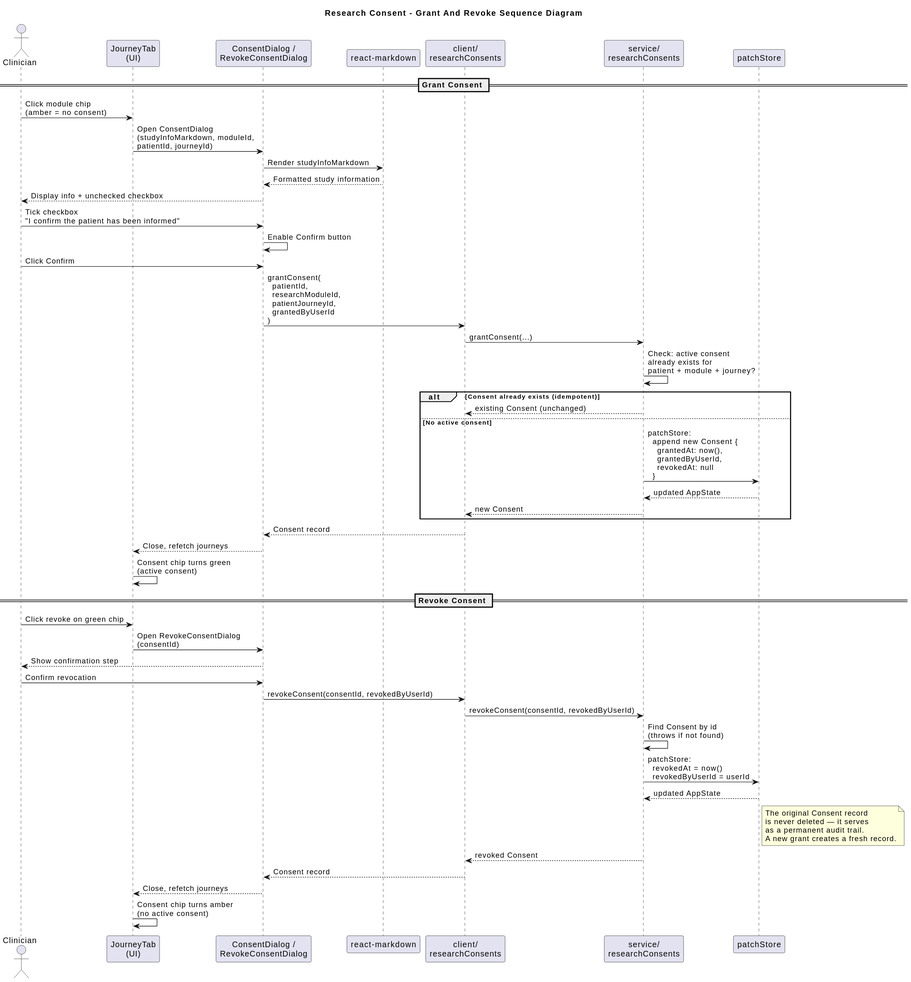
gforge/DUK keeps this PlantUML diagram as docs/diagrams/research-consent-sequence.svg. Above is the earlier version.
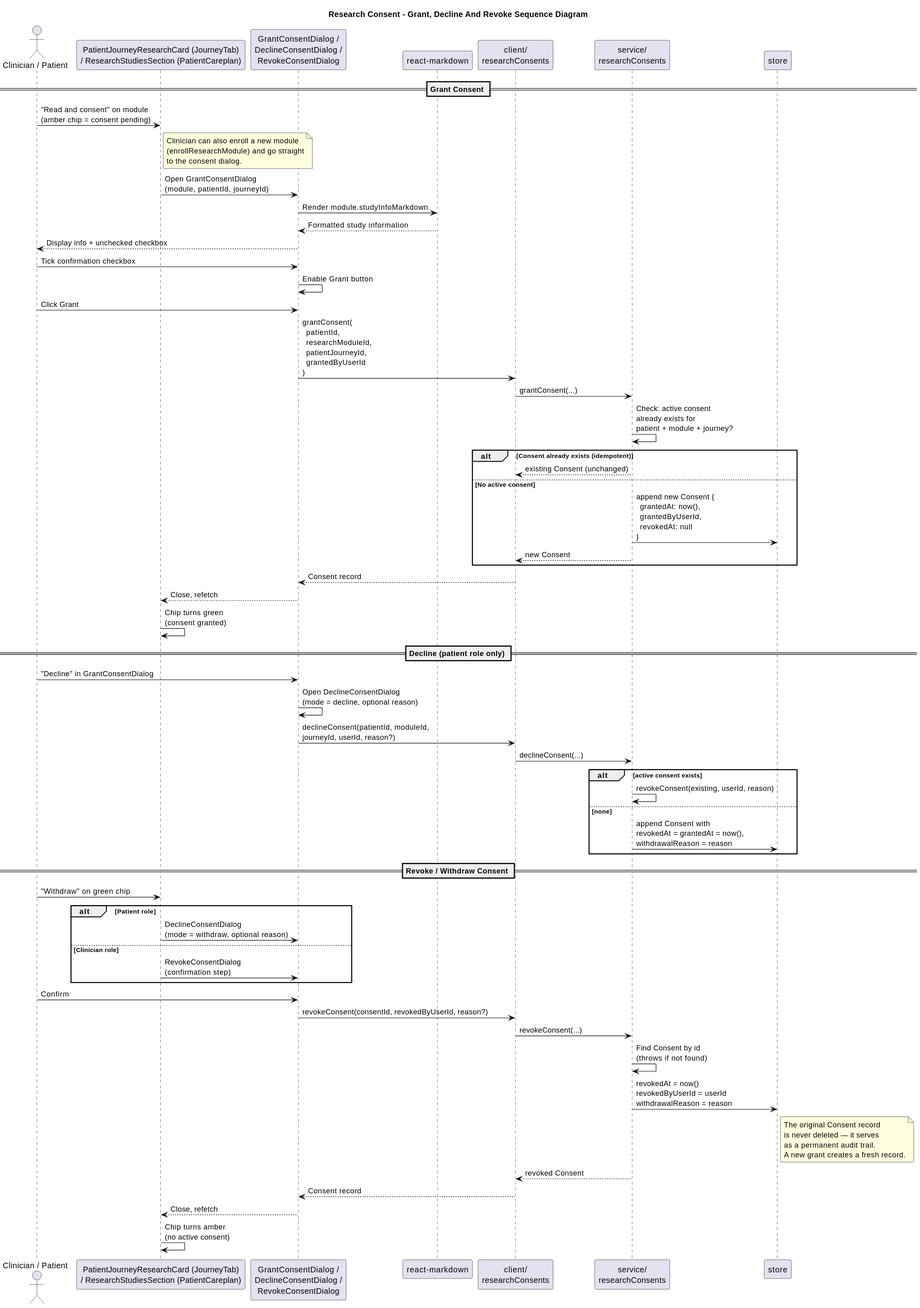
After the change.

The edit, as a diff of the source:
```diff
@@ -1,50 +1,68 @@
 @startuml
 
-title Research Consent - Grant And Revoke Sequence Diagram
+title Research Consent - Grant, Decline And Revoke Sequence Diagram
 
-actor Clinician
-participant "JourneyTab\n(UI)" as UI
-participant "ConsentDialog /\nRevokeConsentDialog" as Dialog
+actor "Clinician / Patient" as User
+participant "PatientJourneyResearchCard (JourneyTab)\n/ ResearchStudiesSection (PatientCareplan)" as UI
+participant "GrantConsentDialog /\nDeclineConsentDialog /\nRevokeConsentDialog" as Dialog
 participant "react-markdown" as MD
 participant "client/\nresearchConsents" as Client
 participant "service/\nresearchConsents" as Service
-participant "patchStore" as Store
+participant "store" as Store
 
 == Grant Consent ==
 
-Clinician -> UI : Click module chip\n(amber = no consent)
-UI -> Dialog : Open ConsentDialog\n(studyInfoMarkdown, moduleId,\npatientId, journeyId)
-Dialog -> MD : Render studyInfoMarkdown
+User -> UI : "Read and consent" on module\n(amber chip = consent pending)
+note right of UI
+  Clinician can also enroll a new module
+  (enrollResearchModule) and go straight
+  to the consent dialog.
+end note
+UI -> Dialog : Open GrantConsentDialog\n(module, patientId, journeyId)
+Dialog -> MD : Render module.studyInfoMarkdown
 MD --> Dialog : Formatted study information
-Dialog --> Clinician : Display info + unchecked checkbox
-Clinician -> Dialog : Tick checkbox\n"I confirm the patient has been informed"
-Dialog -> Dialog : Enable Confirm button
-Clinician -> Dialog : Click Confirm
+Dialog --> User : Display info + unchecked checkbox
+User -> Dialog : Tick confirmation checkbox
+Dialog -> Dialog : Enable Grant button
+User -> Dialog : Click Grant
 Dialog -> Client : grantConsent(\n  patientId,\n  researchModuleId,\n  patientJourneyId,\n  grantedByUserId\n)
 Client -> Service : grantConsent(...)
 Service -> Service : Check: active consent\nalready exists for\npatient + module + journey?
 alt Consent already exists (idempotent)
   Service --> Client : existing Consent (unchanged)
 else No active consent
-  Service -> Store : patchStore:\n  append new Consent {\n    grantedAt: now(),\n    grantedByUserId,\n    revokedAt: null\n  }
-  Store --> Service : updated AppState
+  Service -> Store : append new Consent {\n  grantedAt: now(),\n  grantedByUserId,\n  revokedAt: null\n}
   Service --> Client : new Consent
 end
 Client --> Dialog : Consent record
-Dialog --> UI : Close, refetch journeys
-UI -> UI : Consent chip turns green\n(active consent)
+Dialog --> UI : Close, refetch
+UI -> UI : Chip turns green\n(consent granted)
 
-== Revoke Consent ==
+== Decline (patient role only) ==
 
-Clinician -> UI : Click revoke on green chip
-UI -> Dialog : Open RevokeConsentDialog\n(consentId)
-Dialog --> Clinician : Show confirmation step
-Clinician -> Dialog : Confirm revocation
-Dialog -> Client : revokeConsent(consentId, revokedByUserId)
-Client -> Service : revokeConsent(consentId, revokedByUserId)
+User -> Dialog : "Decline" in GrantConsentDialog
+Dialog -> Dialog : Open DeclineConsentDialog\n(mode = decline, optional reason)
+Dialog -> Client : declineConsent(patientId, moduleId,\njourneyId, userId, reason?)
+Client -> Service : declineConsent(...)
+alt active consent exists
+  Service -> Service : revokeConsent(existing, userId, reason)
+else none
+  Service -> Store : append Consent with\nrevokedAt = grantedAt = now(),\nwithdrawalReason = reason
+end
+
+== Revoke / Withdraw Consent ==
+
+User -> UI : "Withdraw" on green chip
+alt Patient role
+  UI -> Dialog : DeclineConsentDialog\n(mode = withdraw, optional reason)
+else Clinician role
+  UI -> Dialog : RevokeConsentDialog\n(confirmation step)
+end
+User -> Dialog : Confirm
+Dialog -> Client : revokeConsent(consentId, revokedByUserId, reason?)
+Client -> Service : revokeConsent(...)
 Service -> Service : Find Consent by id\n(throws if not found)
-Service -> Store : patchStore:\n  revokedAt = now()\n  revokedByUserId = userId
-Store --> Service : updated AppState
+Service -> Store : revokedAt = now()\nrevokedByUserId = userId\nwithdrawalReason = reason
 
 note right of Store
   The original Consent record
@@ -55,6 +73,6 @@
 
 Service --> Client : revoked Consent
 Client --> Dialog : Consent record
-Dialog --> UI : Close, refetch journeys
-UI -> UI : Consent chip turns amber\n(no active consent)
+Dialog --> UI : Close, refetch
+UI -> UI : Chip turns amber\n(no active consent)
 @enduml
```
